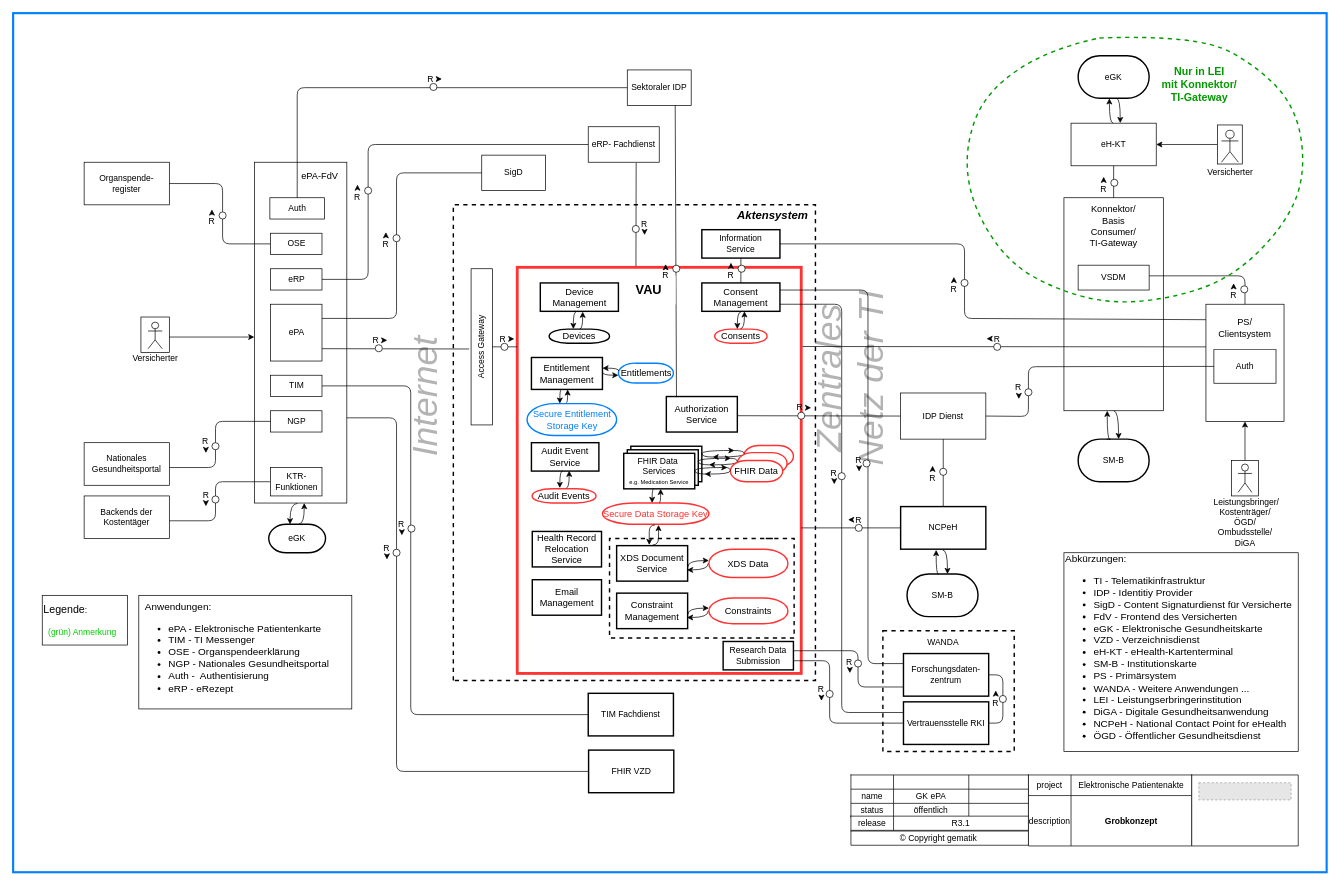
Before: src/drawio/ePA-Grobarchitektur.drawio in thomasrichner-oviva/ePA-Basic, a draw.io diagram. Source tidied: cells renumbered, new cells numbered last; positions are measured from the earlier drawing's top-left corner, leaving out a move shared by most shapes. Both pictures are drawn from the tidied source at 71%, with x=0, y=0 at pixel (13, 13). Pictures stored in the file or linked from it are replaced by grey dashed boxes.
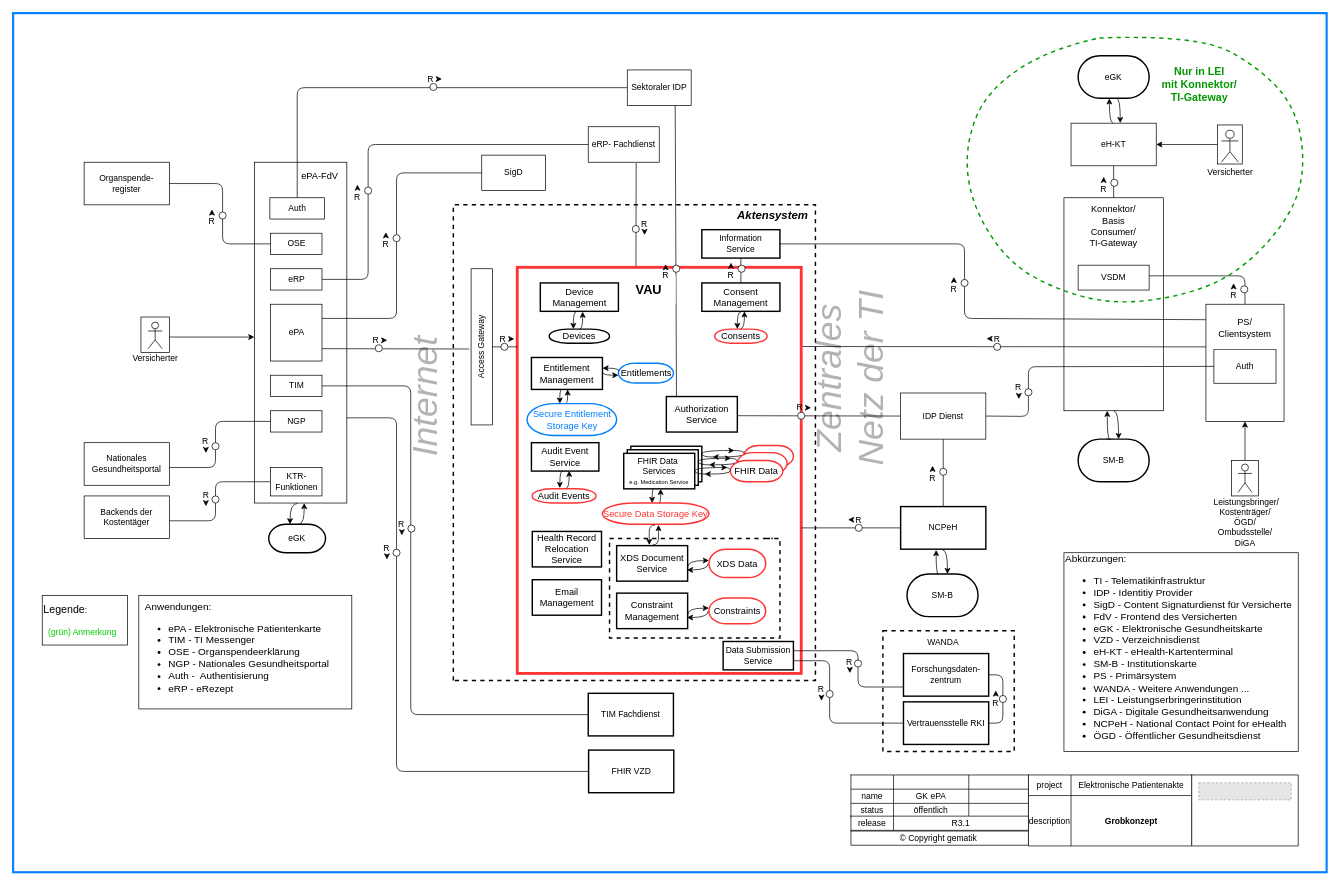
The same diagram, later.

Unchanged cells that the change refers to:
```xml
<mxCell id="61" value="&lt;font style=&quot;font-size: 13px;&quot;&gt;Consent Management&lt;/font&gt;" style="rounded=0;whiteSpace=wrap;html=1;strokeWidth=2;" parent="1" vertex="1">
  <mxGeometry x="970" y="380" width="110" height="40" as="geometry" />
</mxCell>
<mxCell id="233" value="Forschungsdaten-&lt;br&gt;&lt;span style=&quot;background-color: initial;&quot;&gt;zentrum&lt;/span&gt;" style="rounded=0;whiteSpace=wrap;html=1;strokeWidth=2;" parent="1" vertex="1">
  <mxGeometry x="1254" y="902" width="120" height="60" as="geometry" />
</mxCell>
<mxCell id="235" value="Vertrauensstelle RKI" style="rounded=0;whiteSpace=wrap;html=1;strokeWidth=2;" parent="1" vertex="1">
  <mxGeometry x="1254" y="970" width="120" height="60" as="geometry" />
</mxCell>
```

Change to the diagram source:
```diff
@@
     <mxCell id="53" value="&lt;font style=&quot;font-size: 13px;&quot;&gt;XDS Data&lt;/font&gt;" style="strokeWidth=2;html=1;shape=mxgraph.flowchart.terminator;whiteSpace=wrap;fillStyle=auto;strokeColor=#FF3333;" parent="1" vertex="1">
-      <mxGeometry x="980" y="755" width="111.2" height="40" as="geometry" />
+      <mxGeometry x="980" y="755" width="80" height="40" as="geometry" />
     </mxCell>
     <mxCell id="54" value="&lt;font style=&quot;font-size: 13px;&quot;&gt;Constraints&lt;/font&gt;" style="strokeWidth=2;html=1;shape=mxgraph.flowchart.terminator;whiteSpace=wrap;strokeColor=#FF3333;" parent="1" vertex="1">
-      <mxGeometry x="980" y="823.8" width="111.2" height="36.2" as="geometry" />
+      <mxGeometry x="980" y="823.8" width="80" height="36.2" as="geometry" />
     </mxCell>
     <mxCell id="55" style="endArrow=none;dashed=1;html=1;rounded=0;strokeWidth=2;" parent="1" edge="1">
       <mxGeometry relative="1" as="geometry">
         <mxPoint x="1060" y="740" as="sourcePoint" />
         <mxPoint x="1070" y="740" as="targetPoint" />
         <Array as="points">
-          <mxPoint x="1100" y="740" />
-          <mxPoint x="1100" y="880" />
+          <mxPoint x="1080" y="740" />
+          <mxPoint x="1080" y="880" />
           <mxPoint x="840" y="880" />
           <mxPoint x="840" y="740" />
           <mxPoint x="920" y="740" />
           <mxPoint x="990" y="740" />
           <mxPoint x="1070" y="740" />
         </Array>
       </mxGeometry>
     </mxCell>
@@
-    <mxCell id="234" style="edgeStyle=orthogonalEdgeStyle;rounded=1;jettySize=auto;html=1;exitX=0;exitY=0.25;exitDx=0;exitDy=0;entryX=1;entryY=0.75;entryDx=0;entryDy=0;endArrow=none;endFill=0;curved=0;" parent="1" edge="1" source="235" target="61">
-      <mxGeometry relative="1" as="geometry" />
-    </mxCell>
@@
-    <mxCell id="239" value="Research Data Submission" style="rounded=0;whiteSpace=wrap;html=1;strokeWidth=2;" parent="1" vertex="1">
+    <mxCell id="239" value="Data Submission Service" style="rounded=0;whiteSpace=wrap;html=1;strokeWidth=2;" parent="1" vertex="1">
       <mxGeometry x="1000" y="885" width="99" height="40" as="geometry" />
     </mxCell>
@@
-    <mxCell id="247" style="endArrow=none;html=1;rounded=1;curved=0;entryX=0;entryY=0.235;entryDx=0;entryDy=0;entryPerimeter=0;exitX=1;exitY=0.25;exitDx=0;exitDy=0;" parent="1" edge="1" source="61" target="233">
-      <mxGeometry relative="1" as="geometry">
-        <Array as="points">
-          <mxPoint x="1204" y="390" />
-          <mxPoint x="1204" y="916.2" />
-        </Array>
-      </mxGeometry>
-    </mxCell>
-    <mxCell id="248" style="ellipse;whiteSpace=wrap;html=1;" parent="1" vertex="1">
-      <mxGeometry x="1197" y="629.2" width="10" height="10" as="geometry" />
-    </mxCell>
-    <mxCell id="249" style="endArrow=classic;html=1;rounded=0;" parent="1" edge="1">
-      <mxGeometry relative="1" as="geometry">
-        <mxPoint x="1191.5" y="640.5" as="sourcePoint" />
-        <mxPoint x="1191.5" y="645.5" as="targetPoint" />
-      </mxGeometry>
-    </mxCell>
-    <mxCell id="250" value="R" style="text;html=1;align=center;verticalAlign=middle;whiteSpace=wrap;rounded=0;" parent="1" vertex="1">
-      <mxGeometry x="1188" y="625" width="6" height="10" as="geometry" />
-    </mxCell>
@@
-    <mxCell id="254" style="ellipse;whiteSpace=wrap;html=1;" parent="1" vertex="1">
-      <mxGeometry x="1162" y="647.2" width="10" height="10" as="geometry" />
-    </mxCell>
-    <mxCell id="255" style="endArrow=classic;html=1;rounded=0;" parent="1" edge="1">
-      <mxGeometry relative="1" as="geometry">
-        <mxPoint x="1156.5" y="658.5" as="sourcePoint" />
-        <mxPoint x="1156.5" y="663.5" as="targetPoint" />
-      </mxGeometry>
-    </mxCell>
-    <mxCell id="256" value="R" style="text;html=1;align=center;verticalAlign=middle;whiteSpace=wrap;rounded=0;" parent="1" vertex="1">
-      <mxGeometry x="1153" y="643" width="6" height="10" as="geometry" />
-    </mxCell>
```
